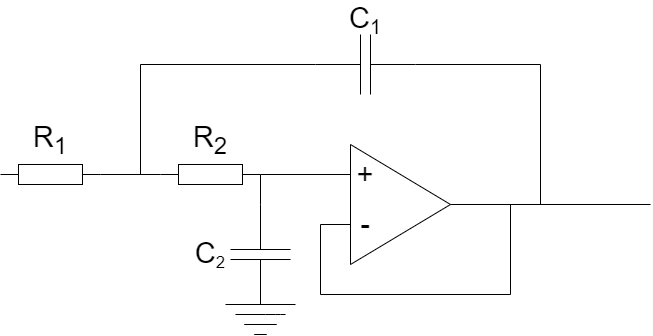
Above: TTT4260-ESDA/Design8/LaTex/Bilder/SallenKey.drawio.png in Eirik-MS/NTNU_Code (draw.io), before the change. Source tidied: cells renumbered, new cells last; positions are measured from the earlier drawing's top-left corner, leaving out a move shared by most shapes. Source of this version:
```xml
<mxGraphModel>
  <root>
    <mxCell id="0" />
    <mxCell id="1" parent="0" />
    <mxCell id="2" style="verticalLabelPosition=bottom;shadow=0;dashed=0;align=center;html=1;verticalAlign=top;shape=mxgraph.electrical.capacitors.capacitor_1;rotation=-90;" parent="1" vertex="1">
      <mxGeometry x="210" y="220" width="100" height="60" as="geometry" />
    </mxCell>
    <mxCell id="3" style="verticalLabelPosition=bottom;shadow=0;dashed=0;align=center;html=1;verticalAlign=top;shape=mxgraph.electrical.capacitors.capacitor_1;" parent="1" vertex="1">
      <mxGeometry x="315" y="30" width="100" height="60" as="geometry" />
    </mxCell>
    <mxCell id="4" style="verticalLabelPosition=bottom;shadow=0;dashed=0;align=center;html=1;verticalAlign=top;shape=mxgraph.electrical.resistors.resistor_1;" parent="1" vertex="1">
      <mxGeometry x="160" y="160" width="100" height="20" as="geometry" />
    </mxCell>
    <mxCell id="5" style="verticalLabelPosition=bottom;shadow=0;dashed=0;align=center;html=1;verticalAlign=top;shape=mxgraph.electrical.resistors.resistor_1;" parent="1" vertex="1">
      <mxGeometry y="160" width="100" height="20" as="geometry" />
    </mxCell>
    <mxCell id="6" style="triangle;whiteSpace=wrap;html=1;" parent="1" vertex="1">
      <mxGeometry x="350" y="140" width="100" height="120" as="geometry" />
    </mxCell>
    <mxCell id="7" value="&lt;font style=&quot;font-size: 29px;&quot;&gt;-&lt;br&gt;&lt;/font&gt;" style="text;html=1;strokeColor=none;fillColor=none;align=center;verticalAlign=middle;whiteSpace=wrap;rounded=0;" parent="1" vertex="1">
      <mxGeometry x="350" y="210" width="30" height="20" as="geometry" />
    </mxCell>
    <mxCell id="8" value="&lt;font style=&quot;font-size: 29px;&quot;&gt;+&lt;/font&gt;" style="text;html=1;strokeColor=none;fillColor=none;align=center;verticalAlign=middle;whiteSpace=wrap;rounded=0;" parent="1" vertex="1">
      <mxGeometry x="350" y="155" width="30" height="30" as="geometry" />
    </mxCell>
    <mxCell id="9" style="endArrow=none;html=1;fontSize=29;entryX=1;entryY=0.5;entryDx=0;entryDy=0;entryPerimeter=0;" parent="1" edge="1" source="8" target="4">
      <mxGeometry relative="1" as="geometry" />
    </mxCell>
    <mxCell id="10" style="endArrow=none;html=1;fontSize=29;" parent="1" edge="1">
      <mxGeometry relative="1" as="geometry">
        <mxPoint x="140" y="60" as="sourcePoint" />
        <mxPoint x="140" y="170" as="targetPoint" />
      </mxGeometry>
    </mxCell>
    <mxCell id="11" style="endArrow=none;html=1;fontSize=29;entryX=0;entryY=0.5;entryDx=0;entryDy=0;entryPerimeter=0;" parent="1" edge="1" target="3">
      <mxGeometry relative="1" as="geometry">
        <mxPoint x="140" y="60" as="sourcePoint" />
      </mxGeometry>
    </mxCell>
    <mxCell id="12" style="endArrow=none;html=1;fontSize=29;exitX=1;exitY=0.5;exitDx=0;exitDy=0;exitPerimeter=0;entryX=0;entryY=0.5;entryDx=0;entryDy=0;entryPerimeter=0;" parent="1" edge="1" source="5" target="4">
      <mxGeometry relative="1" as="geometry" />
    </mxCell>
    <mxCell id="13" style="endArrow=none;html=1;fontSize=29;" parent="1" edge="1">
      <mxGeometry relative="1" as="geometry">
        <mxPoint x="415" y="60" as="sourcePoint" />
        <mxPoint x="540" y="60" as="targetPoint" />
      </mxGeometry>
    </mxCell>
    <mxCell id="14" style="endArrow=none;html=1;fontSize=29;" parent="1" edge="1">
      <mxGeometry relative="1" as="geometry">
        <mxPoint x="540" y="200" as="sourcePoint" />
        <mxPoint x="540" y="60" as="targetPoint" />
      </mxGeometry>
    </mxCell>
    <mxCell id="15" style="endArrow=none;html=1;fontSize=29;entryX=1;entryY=0.5;entryDx=0;entryDy=0;" parent="1" edge="1" target="6">
      <mxGeometry relative="1" as="geometry">
        <mxPoint x="650" y="200" as="sourcePoint" />
      </mxGeometry>
    </mxCell>
    <mxCell id="16" style="endArrow=none;html=1;fontSize=29;" parent="1" edge="1">
      <mxGeometry relative="1" as="geometry">
        <mxPoint x="510" y="290" as="sourcePoint" />
        <mxPoint x="510" y="200" as="targetPoint" />
      </mxGeometry>
    </mxCell>
    <mxCell id="17" style="endArrow=none;html=1;fontSize=29;" parent="1" edge="1">
      <mxGeometry relative="1" as="geometry">
        <mxPoint x="320" y="290" as="sourcePoint" />
        <mxPoint x="510" y="290" as="targetPoint" />
      </mxGeometry>
    </mxCell>
    <mxCell id="18" style="endArrow=none;html=1;fontSize=29;" parent="1" edge="1">
      <mxGeometry relative="1" as="geometry">
        <mxPoint x="320" y="220" as="sourcePoint" />
        <mxPoint x="320" y="290" as="targetPoint" />
      </mxGeometry>
    </mxCell>
    <mxCell id="19" style="endArrow=none;html=1;fontSize=29;entryX=0;entryY=0.5;entryDx=0;entryDy=0;" parent="1" edge="1" target="7">
      <mxGeometry relative="1" as="geometry">
        <mxPoint x="320" y="220" as="sourcePoint" />
      </mxGeometry>
    </mxCell>
    <mxCell id="20" style="endArrow=none;html=1;fontSize=29;exitX=1;exitY=0.5;exitDx=0;exitDy=0;exitPerimeter=0;entryX=1;entryY=0.5;entryDx=0;entryDy=0;entryPerimeter=0;" parent="1" edge="1" source="2" target="4">
      <mxGeometry relative="1" as="geometry" />
    </mxCell>
    <mxCell id="21" style="endArrow=none;html=1;fontSize=29;" parent="1" edge="1">
      <mxGeometry relative="1" as="geometry">
        <mxPoint x="225" y="300" as="sourcePoint" />
        <mxPoint x="295" y="300" as="targetPoint" />
      </mxGeometry>
    </mxCell>
    <mxCell id="22" style="endArrow=none;html=1;fontSize=29;" parent="1" edge="1">
      <mxGeometry relative="1" as="geometry">
        <mxPoint x="235" y="310" as="sourcePoint" />
        <mxPoint x="285" y="310" as="targetPoint" />
        <Array as="points">
          <mxPoint x="275" y="310" />
        </Array>
      </mxGeometry>
    </mxCell>
    <mxCell id="23" style="endArrow=none;html=1;fontSize=29;" parent="1" edge="1">
      <mxGeometry relative="1" as="geometry">
        <mxPoint x="243.8" y="320" as="sourcePoint" />
        <mxPoint x="276.2" y="320" as="targetPoint" />
      </mxGeometry>
    </mxCell>
    <mxCell id="24" style="endArrow=none;html=1;fontSize=29;" parent="1" edge="1">
      <mxGeometry relative="1" as="geometry">
        <mxPoint x="253.8" y="330" as="sourcePoint" />
        <mxPoint x="266.2" y="330" as="targetPoint" />
        <Array as="points">
          <mxPoint x="266.2" y="330" />
        </Array>
      </mxGeometry>
    </mxCell>
    <mxCell id="25" value="R&lt;sub&gt;1&lt;br&gt;&lt;/sub&gt;" style="text;html=1;strokeColor=none;fillColor=none;align=center;verticalAlign=middle;whiteSpace=wrap;rounded=0;fontSize=29;" parent="1" vertex="1">
      <mxGeometry x="20" y="120" width="60" height="30" as="geometry" />
    </mxCell>
    <mxCell id="26" value="R&lt;sub&gt;2&lt;br&gt;&lt;/sub&gt;" style="text;html=1;strokeColor=none;fillColor=none;align=center;verticalAlign=middle;whiteSpace=wrap;rounded=0;fontSize=29;" parent="1" vertex="1">
      <mxGeometry x="180" y="120" width="60" height="30" as="geometry" />
    </mxCell>
    <mxCell id="27" value="C&lt;span style=&quot;font-size: 24.1667px;&quot;&gt;&lt;sub&gt;1&lt;/sub&gt;&lt;/span&gt;" style="text;html=1;strokeColor=none;fillColor=none;align=center;verticalAlign=middle;whiteSpace=wrap;rounded=0;fontSize=29;" parent="1" vertex="1">
      <mxGeometry x="335" width="60" height="30" as="geometry" />
    </mxCell>
    <mxCell id="28" value="C&lt;span style=&quot;font-size: 20.1389px;&quot;&gt;&lt;sub&gt;2&lt;/sub&gt;&lt;/span&gt;" style="text;html=1;strokeColor=none;fillColor=none;align=center;verticalAlign=middle;whiteSpace=wrap;rounded=0;fontSize=29;" parent="1" vertex="1">
      <mxGeometry x="180" y="235" width="60" height="30" as="geometry" />
    </mxCell>
  </root>
</mxGraphModel>
```
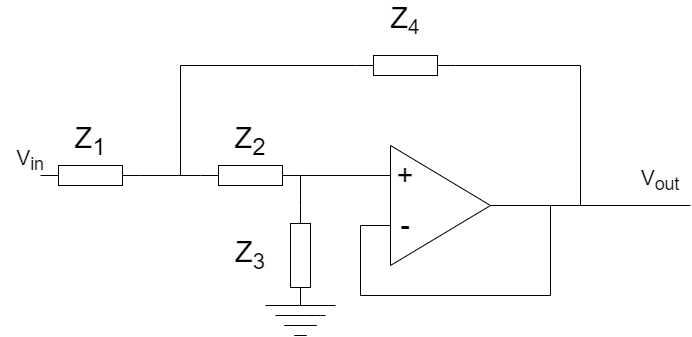
Above is the later version.

The edit, as a diff of the source:
```diff
@@ -2,12 +2,6 @@
   <root>
     <mxCell id="0" />
     <mxCell id="1" parent="0" />
-    <mxCell id="2" style="verticalLabelPosition=bottom;shadow=0;dashed=0;align=center;html=1;verticalAlign=top;shape=mxgraph.electrical.capacitors.capacitor_1;rotation=-90;" parent="1" vertex="1">
-      <mxGeometry x="210" y="220" width="100" height="60" as="geometry" />
-    </mxCell>
-    <mxCell id="3" style="verticalLabelPosition=bottom;shadow=0;dashed=0;align=center;html=1;verticalAlign=top;shape=mxgraph.electrical.capacitors.capacitor_1;" parent="1" vertex="1">
-      <mxGeometry x="315" y="30" width="100" height="60" as="geometry" />
-    </mxCell>
     <mxCell id="4" style="verticalLabelPosition=bottom;shadow=0;dashed=0;align=center;html=1;verticalAlign=top;shape=mxgraph.electrical.resistors.resistor_1;" parent="1" vertex="1">
       <mxGeometry x="160" y="160" width="100" height="20" as="geometry" />
     </mxCell>
@@ -32,9 +26,10 @@
         <mxPoint x="140" y="170" as="targetPoint" />
       </mxGeometry>
     </mxCell>
-    <mxCell id="11" style="endArrow=none;html=1;fontSize=29;entryX=0;entryY=0.5;entryDx=0;entryDy=0;entryPerimeter=0;" parent="1" edge="1" target="3">
+    <mxCell id="11" style="endArrow=none;html=1;fontSize=29;entryX=0;entryY=0.5;entryDx=0;entryDy=0;entryPerimeter=0;" parent="1" edge="1">
       <mxGeometry relative="1" as="geometry">
         <mxPoint x="140" y="60" as="sourcePoint" />
+        <mxPoint x="315" y="60" as="targetPoint" />
       </mxGeometry>
     </mxCell>
     <mxCell id="12" style="endArrow=none;html=1;fontSize=29;exitX=1;exitY=0.5;exitDx=0;exitDy=0;exitPerimeter=0;entryX=0;entryY=0.5;entryDx=0;entryDy=0;entryPerimeter=0;" parent="1" edge="1" source="5" target="4">
@@ -80,8 +75,10 @@
         <mxPoint x="320" y="220" as="sourcePoint" />
       </mxGeometry>
     </mxCell>
-    <mxCell id="20" style="endArrow=none;html=1;fontSize=29;exitX=1;exitY=0.5;exitDx=0;exitDy=0;exitPerimeter=0;entryX=1;entryY=0.5;entryDx=0;entryDy=0;entryPerimeter=0;" parent="1" edge="1" source="2" target="4">
-      <mxGeometry relative="1" as="geometry" />
+    <mxCell id="20" style="endArrow=none;html=1;fontSize=29;exitX=1;exitY=0.5;exitDx=0;exitDy=0;exitPerimeter=0;entryX=1;entryY=0.5;entryDx=0;entryDy=0;entryPerimeter=0;" parent="1" edge="1" target="4">
+      <mxGeometry relative="1" as="geometry">
+        <mxPoint x="260" y="200" as="sourcePoint" />
+      </mxGeometry>
     </mxCell>
     <mxCell id="21" style="endArrow=none;html=1;fontSize=29;" parent="1" edge="1">
       <mxGeometry relative="1" as="geometry">
@@ -113,17 +110,29 @@
         </Array>
       </mxGeometry>
     </mxCell>
-    <mxCell id="25" value="R&lt;sub&gt;1&lt;br&gt;&lt;/sub&gt;" style="text;html=1;strokeColor=none;fillColor=none;align=center;verticalAlign=middle;whiteSpace=wrap;rounded=0;fontSize=29;" parent="1" vertex="1">
+    <mxCell id="25" value="Z&lt;sub&gt;1&lt;br&gt;&lt;/sub&gt;" style="text;html=1;strokeColor=none;fillColor=none;align=center;verticalAlign=middle;whiteSpace=wrap;rounded=0;fontSize=29;" parent="1" vertex="1">
       <mxGeometry x="20" y="120" width="60" height="30" as="geometry" />
     </mxCell>
-    <mxCell id="26" value="R&lt;sub&gt;2&lt;br&gt;&lt;/sub&gt;" style="text;html=1;strokeColor=none;fillColor=none;align=center;verticalAlign=middle;whiteSpace=wrap;rounded=0;fontSize=29;" parent="1" vertex="1">
+    <mxCell id="26" value="Z&lt;sub&gt;2&lt;br&gt;&lt;/sub&gt;" style="text;html=1;strokeColor=none;fillColor=none;align=center;verticalAlign=middle;whiteSpace=wrap;rounded=0;fontSize=29;" parent="1" vertex="1">
       <mxGeometry x="180" y="120" width="60" height="30" as="geometry" />
     </mxCell>
-    <mxCell id="27" value="C&lt;span style=&quot;font-size: 24.1667px;&quot;&gt;&lt;sub&gt;1&lt;/sub&gt;&lt;/span&gt;" style="text;html=1;strokeColor=none;fillColor=none;align=center;verticalAlign=middle;whiteSpace=wrap;rounded=0;fontSize=29;" parent="1" vertex="1">
+    <mxCell id="27" value="Z&lt;sub style=&quot;&quot;&gt;&lt;font style=&quot;font-size: 21px;&quot;&gt;4&lt;/font&gt;&lt;/sub&gt;" style="text;html=1;strokeColor=none;fillColor=none;align=center;verticalAlign=middle;whiteSpace=wrap;rounded=0;fontSize=29;" parent="1" vertex="1">
       <mxGeometry x="335" width="60" height="30" as="geometry" />
     </mxCell>
-    <mxCell id="28" value="C&lt;span style=&quot;font-size: 20.1389px;&quot;&gt;&lt;sub&gt;2&lt;/sub&gt;&lt;/span&gt;" style="text;html=1;strokeColor=none;fillColor=none;align=center;verticalAlign=middle;whiteSpace=wrap;rounded=0;fontSize=29;" parent="1" vertex="1">
+    <mxCell id="28" value="Z&lt;sub style=&quot;&quot;&gt;&lt;font style=&quot;font-size: 22px;&quot;&gt;3&lt;/font&gt;&lt;/sub&gt;" style="text;html=1;strokeColor=none;fillColor=none;align=center;verticalAlign=middle;whiteSpace=wrap;rounded=0;fontSize=29;" parent="1" vertex="1">
       <mxGeometry x="180" y="235" width="60" height="30" as="geometry" />
     </mxCell>
+    <mxCell id="29" style="verticalLabelPosition=bottom;shadow=0;dashed=0;align=center;html=1;verticalAlign=top;shape=mxgraph.electrical.resistors.resistor_1;rotation=-90;" parent="1" vertex="1">
+      <mxGeometry x="210" y="240" width="100" height="20" as="geometry" />
+    </mxCell>
+    <mxCell id="30" style="verticalLabelPosition=bottom;shadow=0;dashed=0;align=center;html=1;verticalAlign=top;shape=mxgraph.electrical.resistors.resistor_1;" parent="1" vertex="1">
+      <mxGeometry x="315" y="50" width="100" height="20" as="geometry" />
+    </mxCell>
+    <mxCell id="31" value="V&lt;sub&gt;in&lt;br&gt;&lt;/sub&gt;" style="text;html=1;strokeColor=none;fillColor=none;align=center;verticalAlign=middle;whiteSpace=wrap;rounded=0;fontSize=21;" parent="1" vertex="1">
+      <mxGeometry x="-40" y="140" width="60" height="30" as="geometry" />
+    </mxCell>
+    <mxCell id="32" value="V&lt;sub&gt;out&lt;/sub&gt;" style="text;html=1;strokeColor=none;fillColor=none;align=center;verticalAlign=middle;whiteSpace=wrap;rounded=0;fontSize=21;" parent="1" vertex="1">
+      <mxGeometry x="590" y="160" width="60" height="30" as="geometry" />
+    </mxCell>
   </root>
 </mxGraphModel>
```
